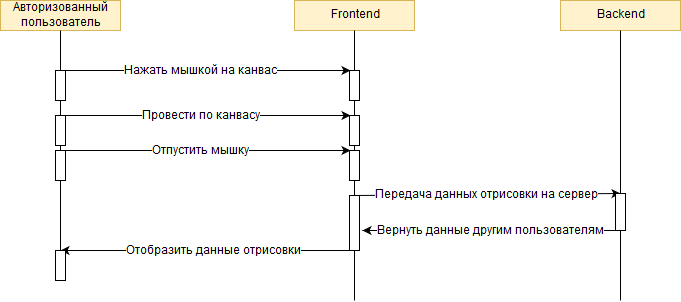
This is Diagram/Sequence/Draw.png from EvgeniiAleinikov/TRiTPO, a draw.io export, as it was before one commit. Source tidied: cells renumbered, new cells last; positions are measured from the earlier drawing's top-left corner, leaving out a move shared by most shapes. Source of this version:
```xml
<mxGraphModel background="#ffffff">
  <root>
    <mxCell id="0" />
    <mxCell id="1" parent="0" />
    <mxCell id="2" value="Авторизованный&lt;br&gt;пользователь" style="rounded=0;whiteSpace=wrap;html=1;fillColor=#fff2cc;strokeColor=#d6b656;" parent="1" vertex="1">
      <mxGeometry width="120" height="30" as="geometry" />
    </mxCell>
    <mxCell id="3" value="Frontend" style="rounded=0;whiteSpace=wrap;html=1;fillColor=#fff2cc;strokeColor=#d6b656;" parent="1" vertex="1">
      <mxGeometry x="294" width="120" height="30" as="geometry" />
    </mxCell>
    <mxCell id="4" value="Backend" style="rounded=0;whiteSpace=wrap;html=1;fillColor=#fff2cc;strokeColor=#d6b656;" parent="1" vertex="1">
      <mxGeometry x="560" width="120" height="30" as="geometry" />
    </mxCell>
    <mxCell id="5" style="endArrow=none;html=1;entryX=0.5;entryY=1;" parent="1" edge="1" source="8" target="2">
      <mxGeometry relative="1" as="geometry" />
    </mxCell>
    <mxCell id="6" style="endArrow=none;html=1;entryX=0.5;entryY=1;" parent="1" edge="1" source="22">
      <mxGeometry relative="1" as="geometry">
        <mxPoint x="354" y="30" as="targetPoint" />
      </mxGeometry>
    </mxCell>
    <mxCell id="7" style="endArrow=none;html=1;entryX=0.5;entryY=1;" parent="1" edge="1" source="26">
      <mxGeometry relative="1" as="geometry">
        <mxPoint x="620" y="30" as="targetPoint" />
      </mxGeometry>
    </mxCell>
    <mxCell id="8" style="rounded=0;whiteSpace=wrap;html=1;" parent="1" vertex="1">
      <mxGeometry x="55" y="70" width="10" height="30" as="geometry" />
    </mxCell>
    <mxCell id="9" style="endArrow=none;html=1;entryX=0.5;entryY=1;" parent="1" edge="1" source="32" target="8">
      <mxGeometry relative="1" as="geometry" />
    </mxCell>
    <mxCell id="10" style="endArrow=classic;html=1;exitX=0.5;exitY=0;" parent="1" edge="1" source="8">
      <mxGeometry relative="1" as="geometry">
        <mxPoint x="350" y="70" as="targetPoint" />
      </mxGeometry>
    </mxCell>
    <mxCell id="11" value="Нажать мышкой на канвас" style="text;html=1;align=center;verticalAlign=middle;labelBackgroundColor=#ffffff;direction=south;" parent="10" vertex="1">
      <mxGeometry x="-0.34" y="1" relative="1" as="geometry">
        <mxPoint x="45" y="1" as="offset" />
      </mxGeometry>
    </mxCell>
    <mxCell id="12" style="rounded=0;whiteSpace=wrap;html=1;" parent="1" vertex="1">
      <mxGeometry x="349" y="70" width="10" height="30" as="geometry" />
    </mxCell>
    <mxCell id="13" style="endArrow=none;html=1;entryX=0.5;entryY=1;" parent="1" edge="1" target="12">
      <mxGeometry relative="1" as="geometry">
        <mxPoint x="354" y="180" as="sourcePoint" />
      </mxGeometry>
    </mxCell>
    <mxCell id="14" style="rounded=0;whiteSpace=wrap;html=1;" parent="1" vertex="1">
      <mxGeometry x="55" y="115" width="10" height="30" as="geometry" />
    </mxCell>
    <mxCell id="15" style="endArrow=classic;html=1;exitX=0.5;exitY=0;" parent="1" edge="1" source="14">
      <mxGeometry relative="1" as="geometry">
        <mxPoint x="350" y="115" as="targetPoint" />
      </mxGeometry>
    </mxCell>
    <mxCell id="16" value="Провести по канвасу" style="text;html=1;align=center;verticalAlign=middle;labelBackgroundColor=#ffffff;direction=south;" parent="15" vertex="1">
      <mxGeometry x="-0.34" y="1" relative="1" as="geometry">
        <mxPoint x="45" y="1" as="offset" />
      </mxGeometry>
    </mxCell>
    <mxCell id="17" style="rounded=0;whiteSpace=wrap;html=1;" parent="1" vertex="1">
      <mxGeometry x="349" y="115" width="10" height="30" as="geometry" />
    </mxCell>
    <mxCell id="18" style="rounded=0;whiteSpace=wrap;html=1;" parent="1" vertex="1">
      <mxGeometry x="55" y="150" width="10" height="30" as="geometry" />
    </mxCell>
    <mxCell id="19" style="endArrow=classic;html=1;exitX=0.5;exitY=0;" parent="1" edge="1" source="18">
      <mxGeometry relative="1" as="geometry">
        <mxPoint x="350" y="150" as="targetPoint" />
      </mxGeometry>
    </mxCell>
    <mxCell id="20" value="Отпустить мышку" style="text;html=1;align=center;verticalAlign=middle;labelBackgroundColor=#ffffff;direction=south;" parent="19" vertex="1">
      <mxGeometry x="-0.34" y="1" relative="1" as="geometry">
        <mxPoint x="45" y="1" as="offset" />
      </mxGeometry>
    </mxCell>
    <mxCell id="21" style="rounded=0;whiteSpace=wrap;html=1;" parent="1" vertex="1">
      <mxGeometry x="349" y="150" width="10" height="30" as="geometry" />
    </mxCell>
    <mxCell id="22" style="rounded=0;whiteSpace=wrap;html=1;" parent="1" vertex="1">
      <mxGeometry x="349" y="195" width="10" height="55" as="geometry" />
    </mxCell>
    <mxCell id="23" style="endArrow=none;html=1;entryX=0.5;entryY=1;" parent="1" edge="1" target="22">
      <mxGeometry relative="1" as="geometry">
        <mxPoint x="354" y="300" as="sourcePoint" />
      </mxGeometry>
    </mxCell>
    <mxCell id="24" style="endArrow=classic;html=1;exitX=0.5;exitY=0;entryX=0.5;entryY=0;" parent="1" edge="1" target="26">
      <mxGeometry relative="1" as="geometry">
        <mxPoint x="354" y="195" as="sourcePoint" />
      </mxGeometry>
    </mxCell>
    <mxCell id="25" value="Передача данных отрисовки на сервер" style="text;html=1;align=center;verticalAlign=middle;labelBackgroundColor=#ffffff;direction=south;" parent="24" vertex="1">
      <mxGeometry x="-0.34" y="1" relative="1" as="geometry">
        <mxPoint x="45" y="1" as="offset" />
      </mxGeometry>
    </mxCell>
    <mxCell id="26" style="rounded=0;whiteSpace=wrap;html=1;" parent="1" vertex="1">
      <mxGeometry x="615" y="193" width="10" height="37" as="geometry" />
    </mxCell>
    <mxCell id="27" style="endArrow=none;html=1;entryX=0.5;entryY=1;" parent="1" edge="1" target="26">
      <mxGeometry relative="1" as="geometry">
        <mxPoint x="620" y="300" as="sourcePoint" />
      </mxGeometry>
    </mxCell>
    <mxCell id="28" style="endArrow=classic;html=1;entryX=1.3;entryY=0.636;entryPerimeter=0;" parent="1" edge="1" target="22">
      <mxGeometry relative="1" as="geometry">
        <mxPoint x="620" y="230" as="sourcePoint" />
      </mxGeometry>
    </mxCell>
    <mxCell id="29" value="Вернуть данные другим пользователям" style="text;html=1;align=center;verticalAlign=middle;labelBackgroundColor=#ffffff;direction=south;" parent="28" vertex="1">
      <mxGeometry x="-0.34" y="1" relative="1" as="geometry">
        <mxPoint x="-45" y="-1" as="offset" />
      </mxGeometry>
    </mxCell>
    <mxCell id="30" style="endArrow=classic;html=1;" parent="1" edge="1">
      <mxGeometry relative="1" as="geometry">
        <mxPoint x="354" y="250" as="sourcePoint" />
        <mxPoint x="60" y="250" as="targetPoint" />
      </mxGeometry>
    </mxCell>
    <mxCell id="31" value="Отобразить данные отрисовки " style="text;html=1;align=center;verticalAlign=middle;labelBackgroundColor=#ffffff;direction=south;" parent="30" vertex="1">
      <mxGeometry x="-0.34" y="1" relative="1" as="geometry">
        <mxPoint x="-45" y="-1" as="offset" />
      </mxGeometry>
    </mxCell>
    <mxCell id="32" style="rounded=0;whiteSpace=wrap;html=1;" parent="1" vertex="1">
      <mxGeometry x="55" y="250" width="10" height="30" as="geometry" />
    </mxCell>
    <mxCell id="33" style="endArrow=none;html=1;entryX=0.5;entryY=1;" parent="1" edge="1" target="32">
      <mxGeometry relative="1" as="geometry">
        <mxPoint x="60" y="280" as="sourcePoint" />
      </mxGeometry>
    </mxCell>
  </root>
</mxGraphModel>
```
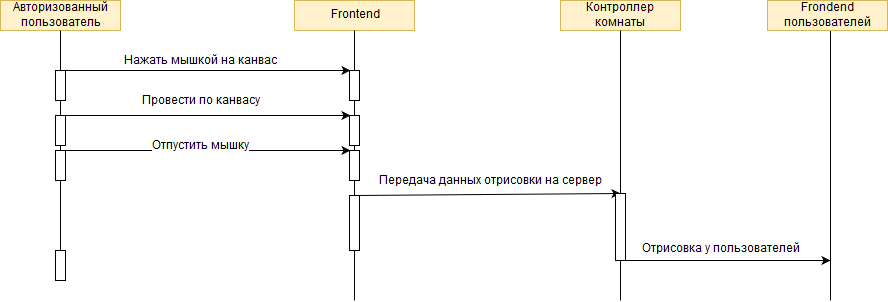
After the commit.

The edit, as a diff of the source:
```diff
@@ -8,7 +8,7 @@
     <mxCell id="3" value="Frontend" style="rounded=0;whiteSpace=wrap;html=1;fillColor=#fff2cc;strokeColor=#d6b656;" parent="1" vertex="1">
       <mxGeometry x="294" width="120" height="30" as="geometry" />
     </mxCell>
-    <mxCell id="4" value="Backend" style="rounded=0;whiteSpace=wrap;html=1;fillColor=#fff2cc;strokeColor=#d6b656;" parent="1" vertex="1">
+    <mxCell id="4" value="Контроллер комнаты" style="rounded=0;whiteSpace=wrap;html=1;fillColor=#fff2cc;strokeColor=#d6b656;" parent="1" vertex="1">
       <mxGeometry x="560" width="120" height="30" as="geometry" />
     </mxCell>
     <mxCell id="5" style="endArrow=none;html=1;entryX=0.5;entryY=1;" parent="1" edge="1" source="8" target="2">
@@ -37,7 +37,7 @@
     </mxCell>
     <mxCell id="11" value="Нажать мышкой на канвас" style="text;html=1;align=center;verticalAlign=middle;labelBackgroundColor=#ffffff;direction=south;" parent="10" vertex="1">
       <mxGeometry x="-0.34" y="1" relative="1" as="geometry">
-        <mxPoint x="45" y="1" as="offset" />
+        <mxPoint x="45" y="-9" as="offset" />
       </mxGeometry>
     </mxCell>
     <mxCell id="12" style="rounded=0;whiteSpace=wrap;html=1;" parent="1" vertex="1">
@@ -58,7 +58,7 @@
     </mxCell>
     <mxCell id="16" value="Провести по канвасу" style="text;html=1;align=center;verticalAlign=middle;labelBackgroundColor=#ffffff;direction=south;" parent="15" vertex="1">
       <mxGeometry x="-0.34" y="1" relative="1" as="geometry">
-        <mxPoint x="45" y="1" as="offset" />
+        <mxPoint x="45" y="-14" as="offset" />
       </mxGeometry>
     </mxCell>
     <mxCell id="17" style="rounded=0;whiteSpace=wrap;html=1;" parent="1" vertex="1">
@@ -74,7 +74,7 @@
     </mxCell>
     <mxCell id="20" value="Отпустить мышку" style="text;html=1;align=center;verticalAlign=middle;labelBackgroundColor=#ffffff;direction=south;" parent="19" vertex="1">
       <mxGeometry x="-0.34" y="1" relative="1" as="geometry">
-        <mxPoint x="45" y="1" as="offset" />
+        <mxPoint x="45" y="-4" as="offset" />
       </mxGeometry>
     </mxCell>
     <mxCell id="21" style="rounded=0;whiteSpace=wrap;html=1;" parent="1" vertex="1">
@@ -95,38 +95,17 @@
     </mxCell>
     <mxCell id="25" value="Передача данных отрисовки на сервер" style="text;html=1;align=center;verticalAlign=middle;labelBackgroundColor=#ffffff;direction=south;" parent="24" vertex="1">
       <mxGeometry x="-0.34" y="1" relative="1" as="geometry">
-        <mxPoint x="45" y="1" as="offset" />
+        <mxPoint x="49" y="-13" as="offset" />
       </mxGeometry>
     </mxCell>
     <mxCell id="26" style="rounded=0;whiteSpace=wrap;html=1;" parent="1" vertex="1">
-      <mxGeometry x="615" y="193" width="10" height="37" as="geometry" />
+      <mxGeometry x="615" y="193" width="10" height="67" as="geometry" />
     </mxCell>
     <mxCell id="27" style="endArrow=none;html=1;entryX=0.5;entryY=1;" parent="1" edge="1" target="26">
       <mxGeometry relative="1" as="geometry">
         <mxPoint x="620" y="300" as="sourcePoint" />
       </mxGeometry>
     </mxCell>
-    <mxCell id="28" style="endArrow=classic;html=1;entryX=1.3;entryY=0.636;entryPerimeter=0;" parent="1" edge="1" target="22">
-      <mxGeometry relative="1" as="geometry">
-        <mxPoint x="620" y="230" as="sourcePoint" />
-      </mxGeometry>
-    </mxCell>
-    <mxCell id="29" value="Вернуть данные другим пользователям" style="text;html=1;align=center;verticalAlign=middle;labelBackgroundColor=#ffffff;direction=south;" parent="28" vertex="1">
-      <mxGeometry x="-0.34" y="1" relative="1" as="geometry">
-        <mxPoint x="-45" y="-1" as="offset" />
-      </mxGeometry>
-    </mxCell>
-    <mxCell id="30" style="endArrow=classic;html=1;" parent="1" edge="1">
-      <mxGeometry relative="1" as="geometry">
-        <mxPoint x="354" y="250" as="sourcePoint" />
-        <mxPoint x="60" y="250" as="targetPoint" />
-      </mxGeometry>
-    </mxCell>
-    <mxCell id="31" value="Отобразить данные отрисовки " style="text;html=1;align=center;verticalAlign=middle;labelBackgroundColor=#ffffff;direction=south;" parent="30" vertex="1">
-      <mxGeometry x="-0.34" y="1" relative="1" as="geometry">
-        <mxPoint x="-45" y="-1" as="offset" />
-      </mxGeometry>
-    </mxCell>
     <mxCell id="32" style="rounded=0;whiteSpace=wrap;html=1;" parent="1" vertex="1">
       <mxGeometry x="55" y="250" width="10" height="30" as="geometry" />
     </mxCell>
@@ -135,5 +114,22 @@
         <mxPoint x="60" y="280" as="sourcePoint" />
       </mxGeometry>
     </mxCell>
+    <mxCell id="34" style="endArrow=classic;html=1;exitX=0.75;exitY=1;" parent="1" edge="1" source="26">
+      <mxGeometry relative="1" as="geometry">
+        <mxPoint x="830" y="260" as="targetPoint" />
+      </mxGeometry>
+    </mxCell>
+    <mxCell id="35" style="endArrow=none;html=1;entryX=0.5;entryY=1;" parent="1" edge="1">
+      <mxGeometry relative="1" as="geometry">
+        <mxPoint x="830" y="300" as="sourcePoint" />
+        <mxPoint x="830" y="30" as="targetPoint" />
+      </mxGeometry>
+    </mxCell>
+    <mxCell id="36" value="Frondend пользователей" style="rounded=0;whiteSpace=wrap;html=1;fillColor=#fff2cc;strokeColor=#d6b656;" parent="1" vertex="1">
+      <mxGeometry x="767" width="120" height="30" as="geometry" />
+    </mxCell>
+    <mxCell id="37" value="Отрисовка у пользователей" style="text;html=1;align=left;verticalAlign=top;spacingTop=-4;" parent="1" vertex="1">
+      <mxGeometry x="640" y="240" width="170" height="20" as="geometry" />
+    </mxCell>
   </root>
 </mxGraphModel>
```
